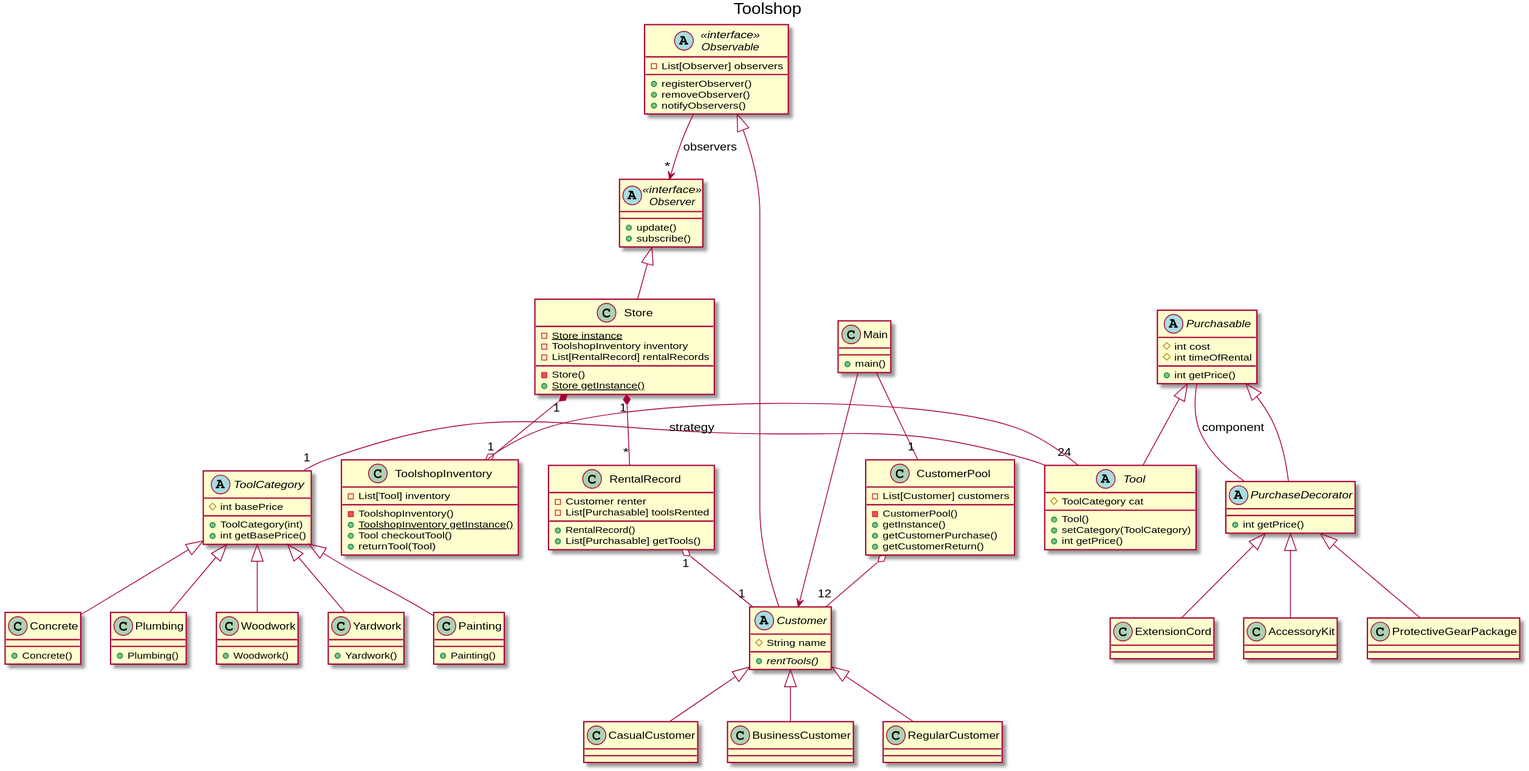
This is src/class_diagram.svg from 1s0m0rph/OOAD_project3, a PlantUML export, as it was before one commit. The source it was exported from:
```plantuml
@startuml
title Toolshop


class ToolshopInventory
{
    -List[Tool] inventory
    -ToolshopInventory()
    +{static} ToolshopInventory getInstance()
    +Tool checkoutTool()
    +returnTool(Tool)
}
Tool "24" -right-o ToolshopInventory

class RentalRecord
{
    -Customer renter
    -List[Purchasable] toolsRented
    +RentalRecord()
    +List[Purchasable] getTools()
}

Store "1" *-- "*" RentalRecord
RentalRecord "1" o-- "1" Customer

class Store
{
    -{static} Store instance
    -Store()
    -ToolshopInventory inventory
    -List[RentalRecord] rentalRecords
    +{static} Store getInstance()
}

Store "1" *-- "1" ToolshopInventory



abstract class Tool
{
    #ToolCategory cat
    +Tool()
    +setCategory(ToolCategory)
    +int getPrice()
}

abstract class ToolCategory
{
    #int basePrice
    +ToolCategory(int)
    +int getBasePrice()
}

Tool -right- "1" ToolCategory: strategy

class Painting
{
    +Painting()
}
class Concrete
{
    +Concrete()
}
class Plumbing
{
    +Plumbing()
}
class Woodwork
{
    +Woodwork()
}
class Yardwork
{
    +Yardwork()
}

ToolCategory <|-down- Painting
ToolCategory <|-down- Concrete
ToolCategory <|-down- Plumbing
ToolCategory <|-down- Woodwork
ToolCategory <|-down- Yardwork

abstract class Purchasable
{
    #int cost
    #int timeOfRental
    +int getPrice()
}

Purchasable <|-down- Tool

abstract class PurchaseDecorator
{
    +int getPrice()
}

Purchasable <|-down- PurchaseDecorator

class ExtensionCord
class AccessoryKit
class ProtectiveGearPackage

PurchaseDecorator <|-down- ExtensionCord
PurchaseDecorator <|-down- AccessoryKit
PurchaseDecorator <|-down- ProtectiveGearPackage

PurchaseDecorator -- Purchasable: component

abstract class Customer
{
    #String name
    +{abstract} rentTools()
}
class CasualCustomer
class BusinessCustomer
class RegularCustomer

Customer <|-down- CasualCustomer
Customer <|-down- BusinessCustomer
Customer <|-down- RegularCustomer

abstract class Observable <<interface>>
{
    + registerObserver()
    + removeObserver()
    + notifyObservers()
    - List[Observer] observers
}

Observable <|-down- Customer

abstract class Observer <<interface>>
{
    + update()
    + subscribe()
}

Observer <|-down- Store

Observable --> "*" Observer: observers

class CustomerPool
{
    - CustomerPool()
    + getInstance()

    - List[Customer] customers
    + getCustomerPurchase()
    + getCustomerReturn()
}

class Main
{
    + main()
}

CustomerPool o-- "12" Customer
Main -- "1" CustomerPool
Main --> Customer
@enduml
```
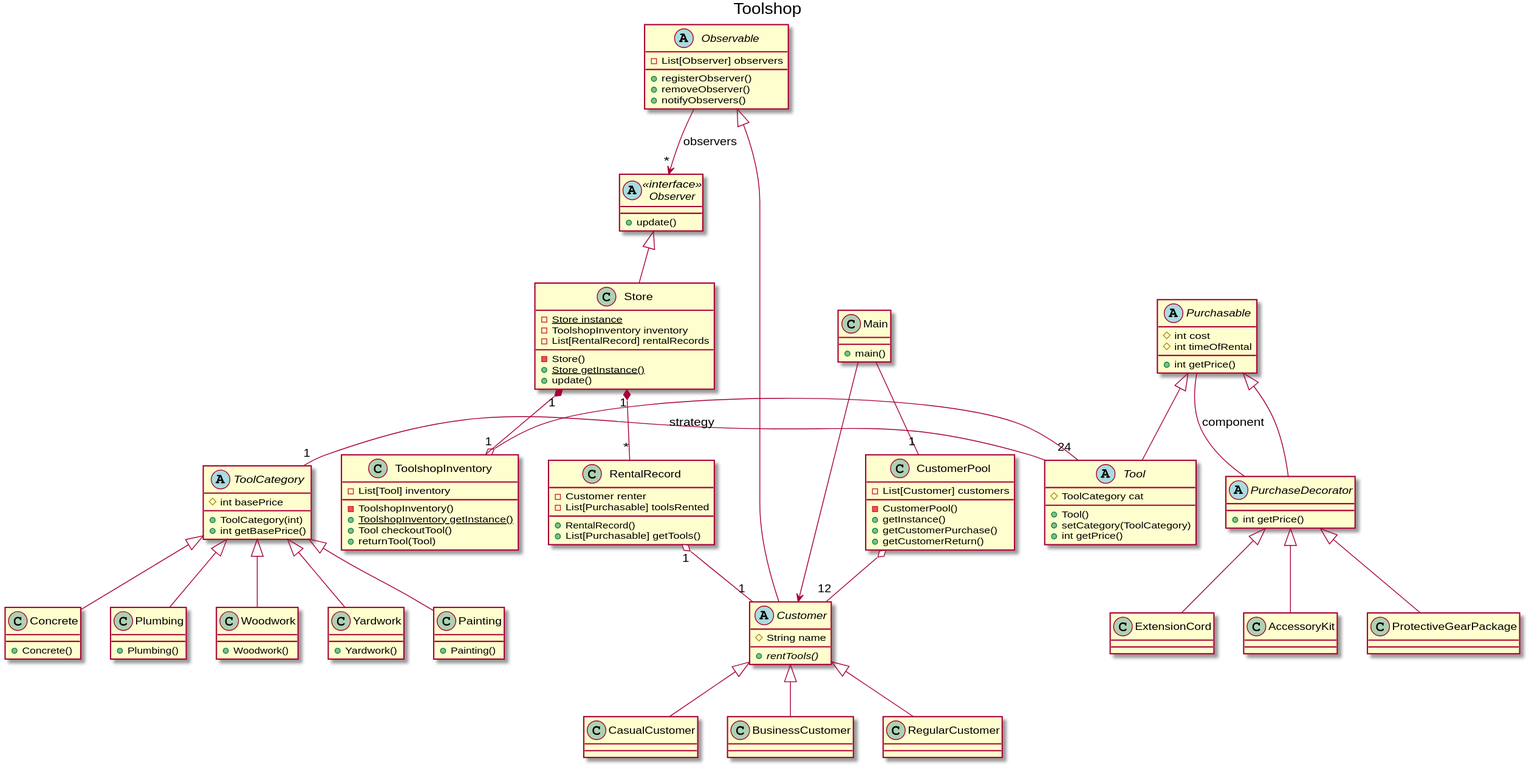
Above is the later version.

What changed in the source:
```diff
@@ -30,6 +30,7 @@
     -ToolshopInventory inventory
     -List[RentalRecord] rentalRecords
     +{static} Store getInstance()
+    + update()
 }
 
 Store "1" *-- "1" ToolshopInventory
@@ -119,7 +120,7 @@
 Customer <|-down- BusinessCustomer
 Customer <|-down- RegularCustomer
 
-abstract class Observable <<interface>>
+abstract class Observable
 {
     + registerObserver()
     + removeObserver()
@@ -132,7 +133,6 @@
 abstract class Observer <<interface>>
 {
     + update()
-    + subscribe()
 }
 
 Observer <|-down- Store
```
